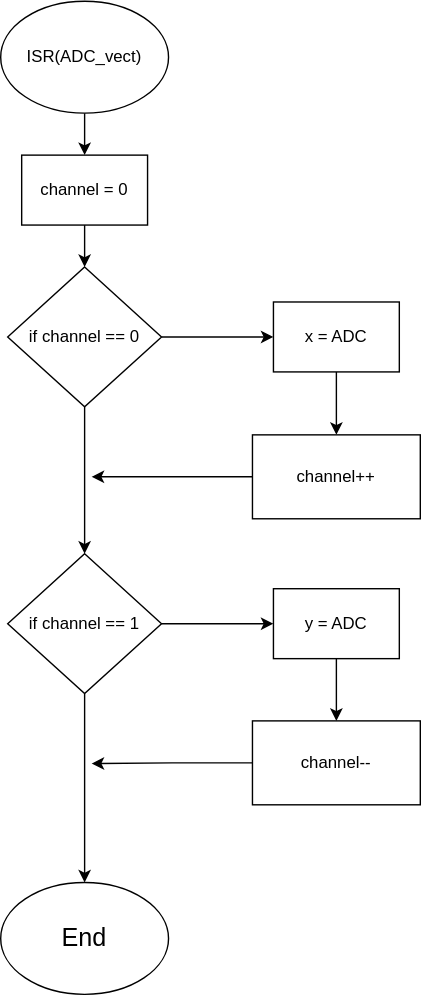
OndraFoltyn/digital-electronics-2 keeps this draw.io diagram as project1/joystick.drawio.svg. Above is the earlier version. Source tidied: cells renumbered, new cells last; positions are measured from the earlier drawing's top-left corner, leaving out a move shared by most shapes.
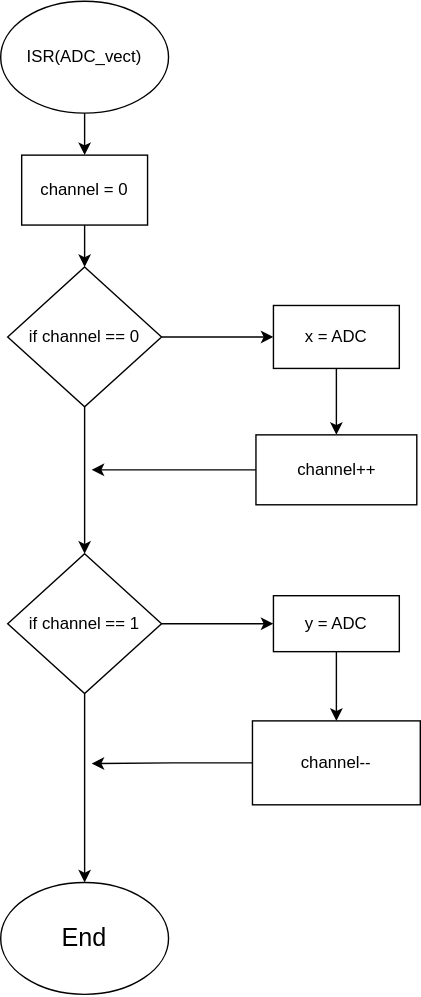
Above is the later version.

Diff of the diagram source:
```diff
@@ -21,15 +21,15 @@
       <mxGeometry relative="1" as="geometry" />
     </mxCell>
     <mxCell id="8" value="x = ADC" style="whiteSpace=wrap;html=1;" parent="1" vertex="1">
-      <mxGeometry x="195" y="215" width="90" height="50" as="geometry" />
+      <mxGeometry x="195" y="217.5" width="90" height="45" as="geometry" />
     </mxCell>
-    <mxCell id="9" style="edgeStyle=orthogonalEdgeStyle;rounded=0;jettySize=auto;html=1;exitX=0;exitY=0.5;exitDx=0;exitDy=0;fontSize=18;" parent="1" edge="1" source="10">
-      <mxGeometry relative="1" as="geometry">
-        <mxPoint x="65" y="340" as="targetPoint" />
-      </mxGeometry>
-    </mxCell>
+    <mxCell id="21" style="edgeStyle=orthogonalEdgeStyle;rounded=0;jettySize=auto;html=1;exitX=0;exitY=0.5;exitDx=0;exitDy=0;fontSize=18;" parent="1" edge="1" source="10">
+      <mxGeometry relative="1" as="geometry">
+        <mxPoint x="65" y="335" as="targetPoint" />
+      </mxGeometry>
+    </mxCell>
     <mxCell id="10" value="channel++" style="whiteSpace=wrap;html=1;" parent="1" vertex="1">
-      <mxGeometry x="180" y="310" width="120" height="60" as="geometry" />
+      <mxGeometry x="182.5" y="310" width="115" height="50" as="geometry" />
     </mxCell>
     <mxCell id="11" style="edgeStyle=orthogonalEdgeStyle;rounded=0;jettySize=auto;html=1;exitX=0.5;exitY=1;exitDx=0;exitDy=0;entryX=0.5;entryY=0;entryDx=0;entryDy=0;fontSize=18;" parent="1" edge="1" source="12" target="6">
       <mxGeometry relative="1" as="geometry" />
@@ -50,7 +50,7 @@
       <mxGeometry relative="1" as="geometry" />
     </mxCell>
     <mxCell id="17" value="y = ADC" style="whiteSpace=wrap;html=1;" parent="1" vertex="1">
-      <mxGeometry x="195" y="420" width="90" height="50" as="geometry" />
+      <mxGeometry x="195" y="425" width="90" height="40" as="geometry" />
     </mxCell>
     <mxCell id="18" style="edgeStyle=orthogonalEdgeStyle;rounded=0;jettySize=auto;html=1;exitX=0;exitY=0.5;exitDx=0;exitDy=0;fontSize=18;" parent="1" edge="1" source="19">
       <mxGeometry relative="1" as="geometry">
```
